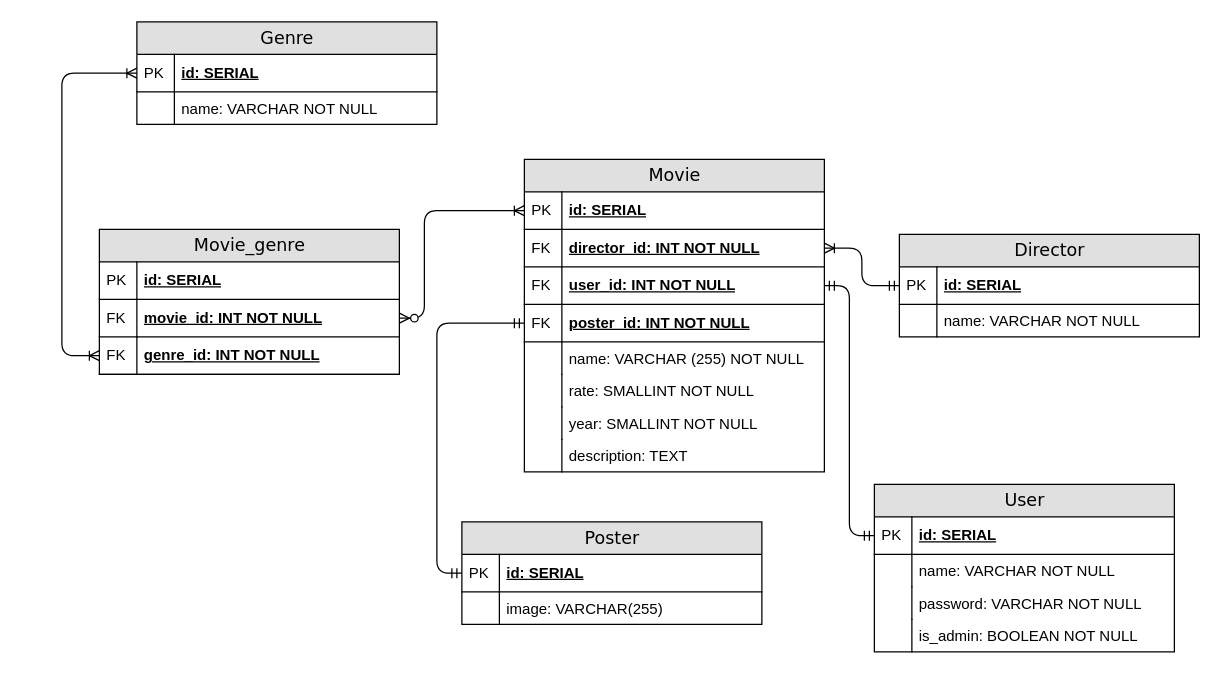
The draw.io diagram db-diagrams/film_api.drawio in banchinche/film-library, before the edit. Source tidied: cells renumbered, new cells numbered last; positions are measured from the earlier drawing's top-left corner, leaving out a move shared by most shapes. Both pictures are drawn from the tidied source at 125%, with x=0, y=0 at pixel (61, 21).
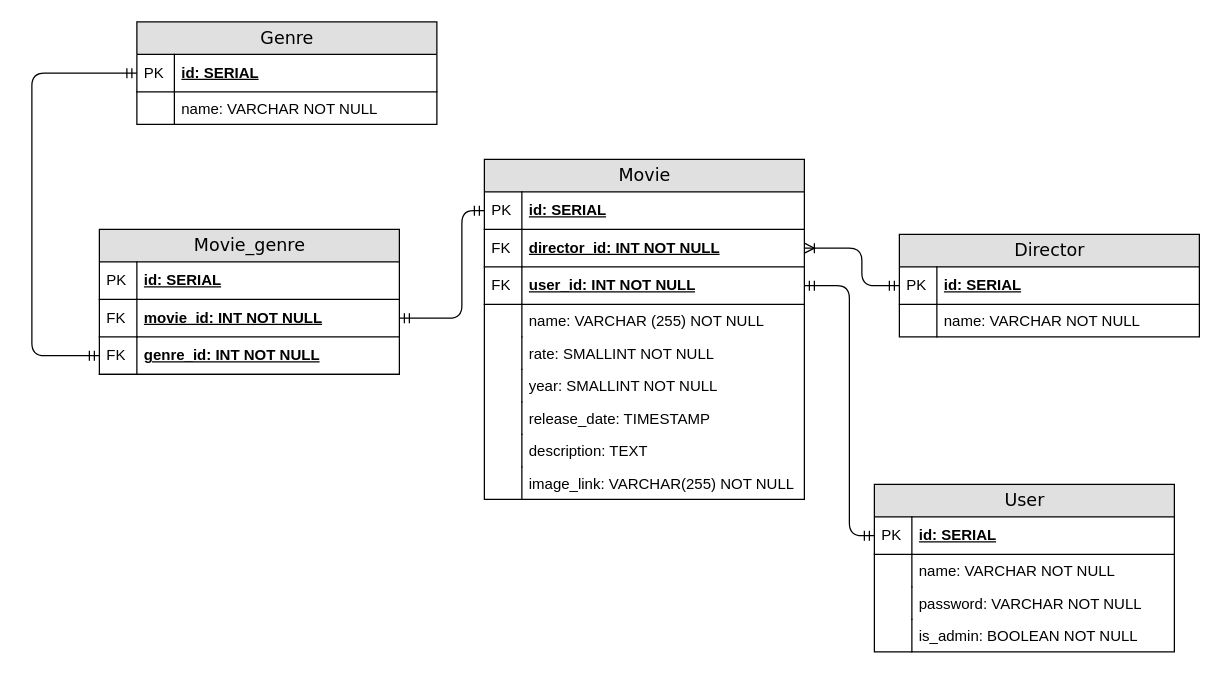
After the change.

Commit message:
Modifying diagram (movie-genre entities interaction)

Unchanged cells that the change refers to:
```xml
<mxCell id="5" value="movie_id: INT NOT NULL" style="shape=partialRectangle;top=0;left=0;right=0;bottom=1;html=1;align=left;verticalAlign=middle;fillColor=none;spacingLeft=34;spacingRight=4;whiteSpace=wrap;overflow=hidden;points=[[0,0.5],[1,0.5]];portConstraint=eastwest;fontStyle=5;strokeColor=#000000;fontColor=#000000;" parent="2" vertex="1">
  <mxGeometry y="56" width="240" height="30" as="geometry" />
</mxCell>
<mxCell id="7" value="genre_id: INT NOT NULL" style="shape=partialRectangle;top=0;left=0;right=0;bottom=1;html=1;align=left;verticalAlign=middle;fillColor=none;spacingLeft=34;spacingRight=4;whiteSpace=wrap;overflow=hidden;points=[[0,0.5],[1,0.5]];portConstraint=eastwest;fontStyle=5;strokeColor=#000000;fontColor=#000000;" parent="2" vertex="1">
  <mxGeometry y="86" width="240" height="30" as="geometry" />
</mxCell>
<mxCell id="27" value="id: SERIAL" style="shape=partialRectangle;top=0;left=0;right=0;bottom=1;html=1;align=left;verticalAlign=middle;fillColor=none;spacingLeft=34;spacingRight=4;whiteSpace=wrap;overflow=hidden;points=[[0,0.5],[1,0.5]];portConstraint=eastwest;fontStyle=5;strokeColor=#000000;fontColor=#000000;" parent="26" vertex="1">
  <mxGeometry y="26" width="240" height="30" as="geometry" />
</mxCell>
```

The edit, as a diff of the source:
```diff
@@
     <mxCell id="9" value="Movie" style="swimlane;html=1;fontStyle=0;horizontal=1;startSize=26;fillColor=#e0e0e0;swimlaneFillColor=#ffffff;align=center;rounded=0;shadow=0;comic=0;labelBackgroundColor=none;strokeWidth=1;fontFamily=Verdana;fontSize=14;swimlaneLine=1;strokeColor=#000000;fontColor=#000000;" parent="1" vertex="1">
-      <mxGeometry x="370" y="110" width="240" height="250" as="geometry" />
+      <mxGeometry x="338" y="110" width="256" height="272" as="geometry" />
     </mxCell>
     <mxCell id="10" value="id: SERIAL" style="shape=partialRectangle;top=0;left=0;right=0;bottom=1;html=1;align=left;verticalAlign=middle;fillColor=none;spacingLeft=34;spacingRight=4;whiteSpace=wrap;overflow=hidden;points=[[0,0.5],[1,0.5]];portConstraint=eastwest;fontStyle=5;strokeColor=#000000;fontColor=#000000;" parent="9" vertex="1">
-      <mxGeometry y="26" width="240" height="30" as="geometry" />
+      <mxGeometry y="26" width="256" height="30" as="geometry" />
     </mxCell>
@@
     <mxCell id="12" value="director_id: INT NOT NULL" style="shape=partialRectangle;top=0;left=0;right=0;bottom=1;html=1;align=left;verticalAlign=middle;fillColor=none;spacingLeft=34;spacingRight=4;whiteSpace=wrap;overflow=hidden;points=[[0,0.5],[1,0.5]];portConstraint=eastwest;fontStyle=5;strokeColor=#000000;fontColor=#000000;" parent="9" vertex="1">
-      <mxGeometry y="56" width="240" height="30" as="geometry" />
+      <mxGeometry y="56" width="256" height="30" as="geometry" />
     </mxCell>
@@
     <mxCell id="14" value="user_id: INT NOT NULL" style="shape=partialRectangle;top=0;left=0;right=0;bottom=1;html=1;align=left;verticalAlign=middle;fillColor=none;spacingLeft=34;spacingRight=4;whiteSpace=wrap;overflow=hidden;points=[[0,0.5],[1,0.5]];portConstraint=eastwest;fontStyle=5;strokeColor=#000000;fontColor=#000000;" parent="9" vertex="1">
-      <mxGeometry y="86" width="240" height="30" as="geometry" />
+      <mxGeometry y="86" width="256" height="30" as="geometry" />
     </mxCell>
@@
-    <mxCell id="16" value="poster_id: INT NOT NULL" style="shape=partialRectangle;top=0;left=0;right=0;bottom=1;html=1;align=left;verticalAlign=middle;fillColor=none;spacingLeft=34;spacingRight=4;whiteSpace=wrap;overflow=hidden;points=[[0,0.5],[1,0.5]];portConstraint=eastwest;fontStyle=5;strokeColor=#000000;fontColor=#000000;" parent="9" vertex="1">
-      <mxGeometry y="116" width="240" height="30" as="geometry" />
-    </mxCell>
-    <mxCell id="17" value="FK" style="shape=partialRectangle;top=0;left=0;bottom=0;html=1;fillColor=none;align=left;verticalAlign=middle;spacingLeft=4;spacingRight=4;whiteSpace=wrap;overflow=hidden;strokeColor=#000000;fontColor=#000000;" parent="16" vertex="1">
-      <mxGeometry width="30" height="30" as="geometry" />
-    </mxCell>
     <mxCell id="18" value="name: VARCHAR (255) NOT NULL" style="shape=partialRectangle;top=0;left=0;right=0;bottom=0;html=1;align=left;verticalAlign=top;fillColor=none;spacingLeft=34;spacingRight=4;whiteSpace=wrap;overflow=hidden;strokeColor=#000000;fontColor=#000000;" parent="9" vertex="1">
-      <mxGeometry y="146" width="240" height="26" as="geometry" />
+      <mxGeometry y="116" width="256" height="26" as="geometry" />
     </mxCell>
@@
     <mxCell id="20" value="rate: SMALLINT NOT NULL" style="shape=partialRectangle;top=0;left=0;right=0;bottom=0;html=1;align=left;verticalAlign=top;fillColor=none;spacingLeft=34;spacingRight=4;whiteSpace=wrap;overflow=hidden;strokeColor=#000000;fontColor=#000000;" parent="9" vertex="1">
-      <mxGeometry y="172" width="240" height="26" as="geometry" />
+      <mxGeometry y="142" width="256" height="26" as="geometry" />
     </mxCell>
@@
     <mxCell id="22" value="year: SMALLINT NOT NULL" style="shape=partialRectangle;top=0;left=0;right=0;bottom=0;html=1;align=left;verticalAlign=top;fillColor=none;spacingLeft=34;spacingRight=4;whiteSpace=wrap;overflow=hidden;strokeColor=#000000;fontColor=#000000;" parent="9" vertex="1">
-      <mxGeometry y="198" width="240" height="26" as="geometry" />
+      <mxGeometry y="168" width="256" height="26" as="geometry" />
     </mxCell>
@@
+    <mxCell id="55" value="release_date: TIMESTAMP" style="shape=partialRectangle;top=0;left=0;right=0;bottom=0;html=1;align=left;verticalAlign=top;fillColor=none;spacingLeft=34;spacingRight=4;whiteSpace=wrap;overflow=hidden;strokeColor=#000000;fontColor=#000000;" parent="9" vertex="1">
+      <mxGeometry y="194" width="256" height="26" as="geometry" />
+    </mxCell>
+    <mxCell id="56" style="shape=partialRectangle;top=0;left=0;bottom=0;html=1;fillColor=none;align=left;verticalAlign=top;spacingLeft=4;spacingRight=4;whiteSpace=wrap;overflow=hidden;strokeColor=#000000;fontColor=#000000;" parent="55" vertex="1">
+      <mxGeometry width="30" height="26" as="geometry" />
+    </mxCell>
     <mxCell id="24" value="description: TEXT" style="shape=partialRectangle;top=0;left=0;right=0;bottom=0;html=1;align=left;verticalAlign=top;fillColor=none;spacingLeft=34;spacingRight=4;whiteSpace=wrap;overflow=hidden;strokeColor=#000000;fontColor=#000000;" parent="9" vertex="1">
-      <mxGeometry y="224" width="240" height="26" as="geometry" />
+      <mxGeometry y="220" width="256" height="26" as="geometry" />
     </mxCell>
@@
+    <mxCell id="57" value="image_link: VARCHAR(255) NOT NULL" style="shape=partialRectangle;top=0;left=0;right=0;bottom=0;html=1;align=left;verticalAlign=top;fillColor=none;spacingLeft=34;spacingRight=4;whiteSpace=wrap;overflow=hidden;strokeColor=#000000;fontColor=#000000;" parent="9" vertex="1">
+      <mxGeometry y="246" width="256" height="26" as="geometry" />
+    </mxCell>
+    <mxCell id="58" style="shape=partialRectangle;top=0;left=0;bottom=0;html=1;fillColor=none;align=left;verticalAlign=top;spacingLeft=4;spacingRight=4;whiteSpace=wrap;overflow=hidden;strokeColor=#000000;fontColor=#000000;" parent="57" vertex="1">
+      <mxGeometry width="30" height="26" as="geometry" />
+    </mxCell>
@@
-    <mxCell id="45" value="Poster" style="swimlane;html=1;fontStyle=0;horizontal=1;startSize=26;fillColor=#e0e0e0;swimlaneFillColor=#ffffff;align=center;rounded=0;shadow=0;comic=0;labelBackgroundColor=none;strokeWidth=1;fontFamily=Verdana;fontSize=14;swimlaneLine=1;strokeColor=#000000;fontColor=#000000;" parent="1" vertex="1">
-      <mxGeometry x="320" y="400" width="240" height="82" as="geometry" />
-    </mxCell>
-    <mxCell id="46" value="id: SERIAL" style="shape=partialRectangle;top=0;left=0;right=0;bottom=1;html=1;align=left;verticalAlign=middle;fillColor=none;spacingLeft=34;spacingRight=4;whiteSpace=wrap;overflow=hidden;points=[[0,0.5],[1,0.5]];portConstraint=eastwest;fontStyle=5;strokeColor=#000000;fontColor=#000000;" parent="45" vertex="1">
-      <mxGeometry y="26" width="240" height="30" as="geometry" />
-    </mxCell>
-    <mxCell id="47" value="PK" style="shape=partialRectangle;top=0;left=0;bottom=0;html=1;fillColor=none;align=left;verticalAlign=middle;spacingLeft=4;spacingRight=4;whiteSpace=wrap;overflow=hidden;strokeColor=#000000;fontColor=#000000;" parent="46" vertex="1">
-      <mxGeometry width="30" height="30" as="geometry" />
-    </mxCell>
-    <mxCell id="48" value="image: VARCHAR(255)&amp;nbsp;" style="shape=partialRectangle;top=0;left=0;right=0;bottom=0;html=1;align=left;verticalAlign=top;fillColor=none;spacingLeft=34;spacingRight=4;whiteSpace=wrap;overflow=hidden;strokeColor=#000000;fontColor=#000000;" parent="45" vertex="1">
-      <mxGeometry y="56" width="240" height="26" as="geometry" />
-    </mxCell>
-    <mxCell id="49" style="shape=partialRectangle;top=0;left=0;bottom=0;html=1;fillColor=none;align=left;verticalAlign=top;spacingLeft=4;spacingRight=4;whiteSpace=wrap;overflow=hidden;strokeColor=#000000;fontColor=#000000;" parent="48" vertex="1">
-      <mxGeometry width="30" height="26" as="geometry" />
-    </mxCell>
-    <mxCell id="50" style="edgeStyle=orthogonalEdgeStyle;fontSize=12;html=1;endArrow=ERmandOne;startArrow=ERmandOne;entryX=0;entryY=0.5;entryDx=0;entryDy=0;exitX=0;exitY=0.5;exitDx=0;exitDy=0;strokeColor=#000000;fontColor=#000000;" parent="1" edge="1" source="46" target="16">
-      <mxGeometry relative="1" as="geometry">
-        <Array as="points">
-          <mxPoint x="300" y="441" />
-          <mxPoint x="300" y="241" />
-        </Array>
-      </mxGeometry>
-    </mxCell>
@@
-    <mxCell id="53" style="edgeStyle=orthogonalEdgeStyle;fontSize=12;html=1;endArrow=ERoneToMany;startArrow=ERzeroToMany;exitX=1;exitY=0.5;exitDx=0;exitDy=0;entryX=0;entryY=0.5;entryDx=0;entryDy=0;strokeColor=#000000;fontColor=#000000;" parent="1" edge="1" source="5" target="10">
-      <mxGeometry relative="1" as="geometry">
-        <Array as="points">
-          <mxPoint x="290" y="237" />
-          <mxPoint x="290" y="151" />
-        </Array>
-      </mxGeometry>
-    </mxCell>
-    <mxCell id="54" style="edgeStyle=orthogonalEdgeStyle;fontSize=12;html=1;endArrow=ERoneToMany;startArrow=ERoneToMany;entryX=0;entryY=0.5;entryDx=0;entryDy=0;strokeColor=#000000;fontColor=#000000;exitX=0;exitY=0.5;exitDx=0;exitDy=0;" parent="1" edge="1" source="7" target="27">
-      <mxGeometry relative="1" as="geometry">
-        <Array as="points">
-          <mxPoint y="267" />
-          <mxPoint y="41" />
-        </Array>
-      </mxGeometry>
-    </mxCell>
+    <mxCell id="59" style="edgeStyle=orthogonalEdgeStyle;fontSize=12;html=1;endArrow=ERmandOne;startArrow=ERmandOne;entryX=1;entryY=0.5;entryDx=0;entryDy=0;strokeColor=#000000;fontColor=#000000;exitX=0;exitY=0.5;exitDx=0;exitDy=0;" parent="1" edge="1" source="10" target="5">
+      <mxGeometry relative="1" as="geometry">
+        <Array as="points">
+          <mxPoint x="320" y="151" />
+          <mxPoint x="320" y="237" />
+        </Array>
+      </mxGeometry>
+    </mxCell>
+    <mxCell id="60" style="edgeStyle=orthogonalEdgeStyle;fontSize=12;html=1;endArrow=ERmandOne;startArrow=ERmandOne;entryX=0;entryY=0.5;entryDx=0;entryDy=0;strokeColor=#000000;fontColor=#000000;exitX=0;exitY=0.5;exitDx=0;exitDy=0;" parent="1" edge="1" source="27" target="7">
+      <mxGeometry relative="1" as="geometry">
+        <Array as="points">
+          <mxPoint x="-24" y="41" />
+          <mxPoint x="-24" y="267" />
+        </Array>
+      </mxGeometry>
+    </mxCell>
```
